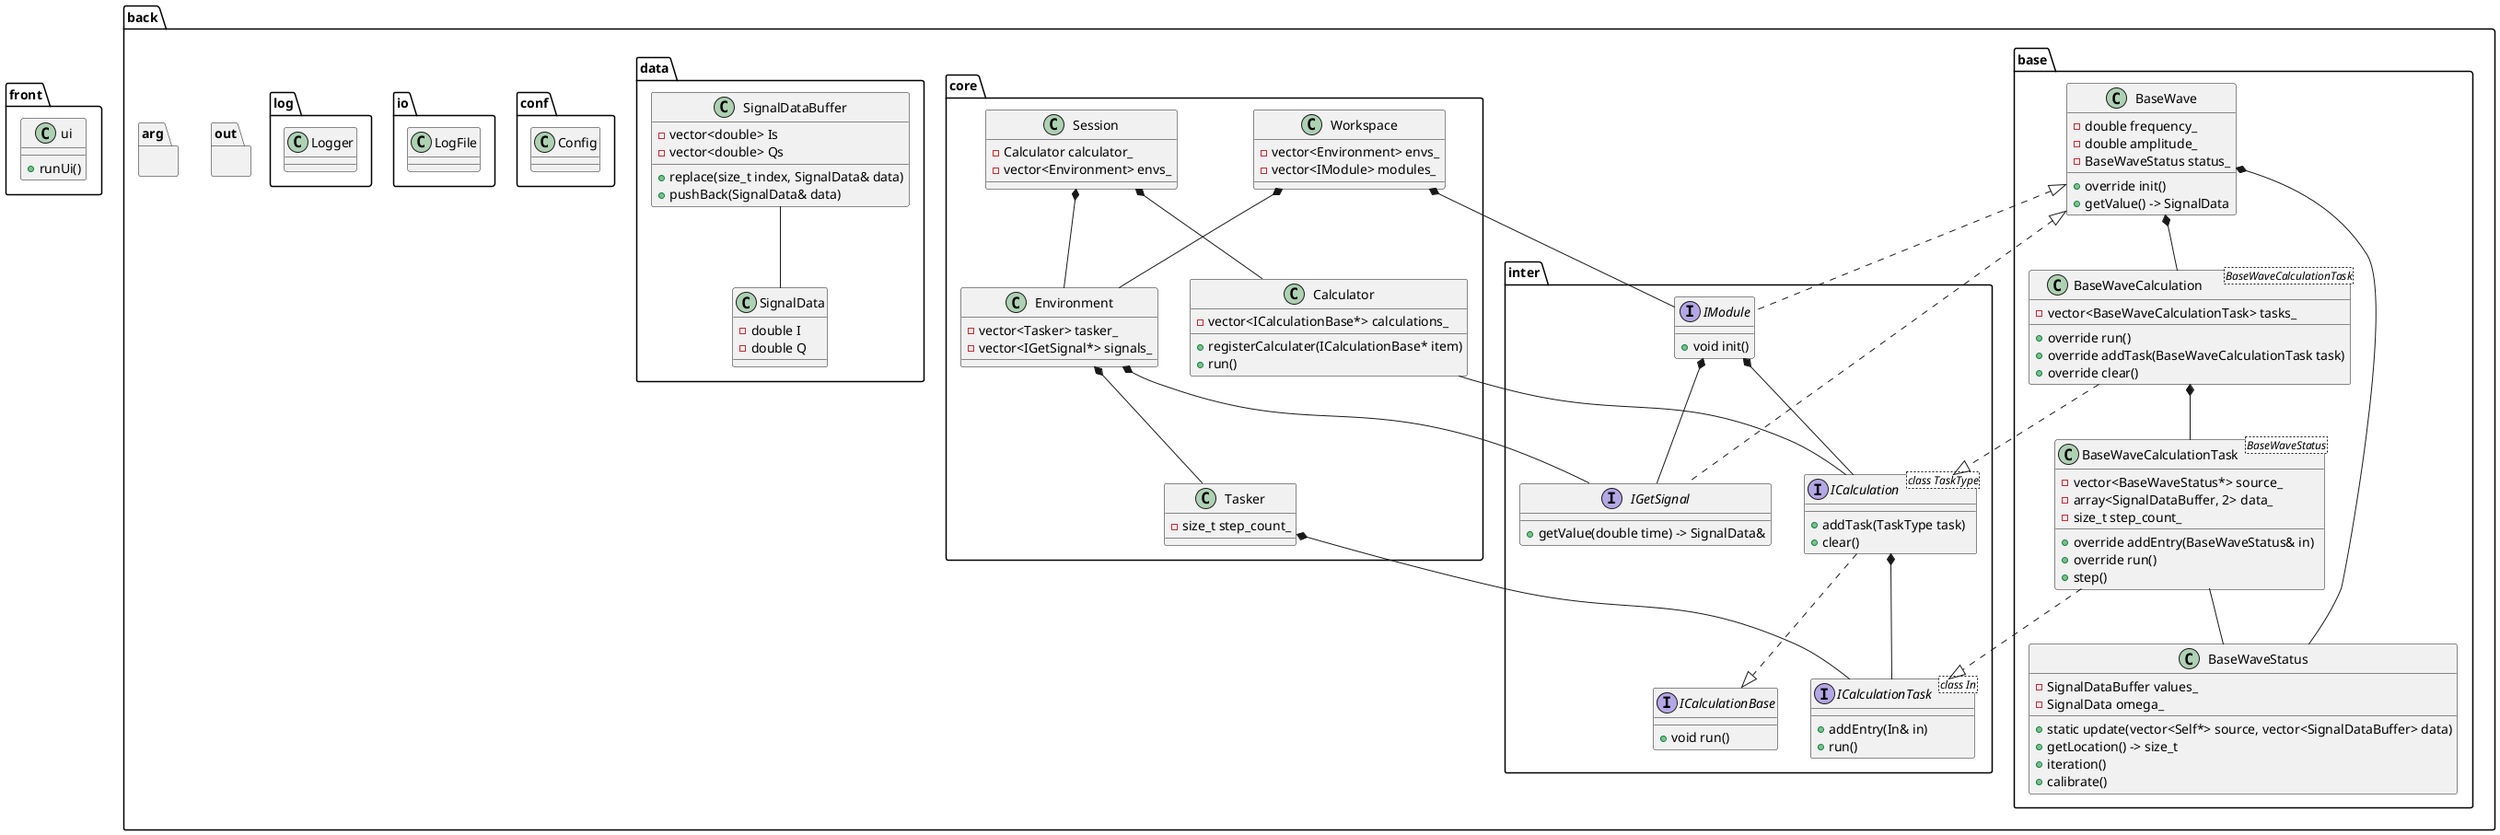
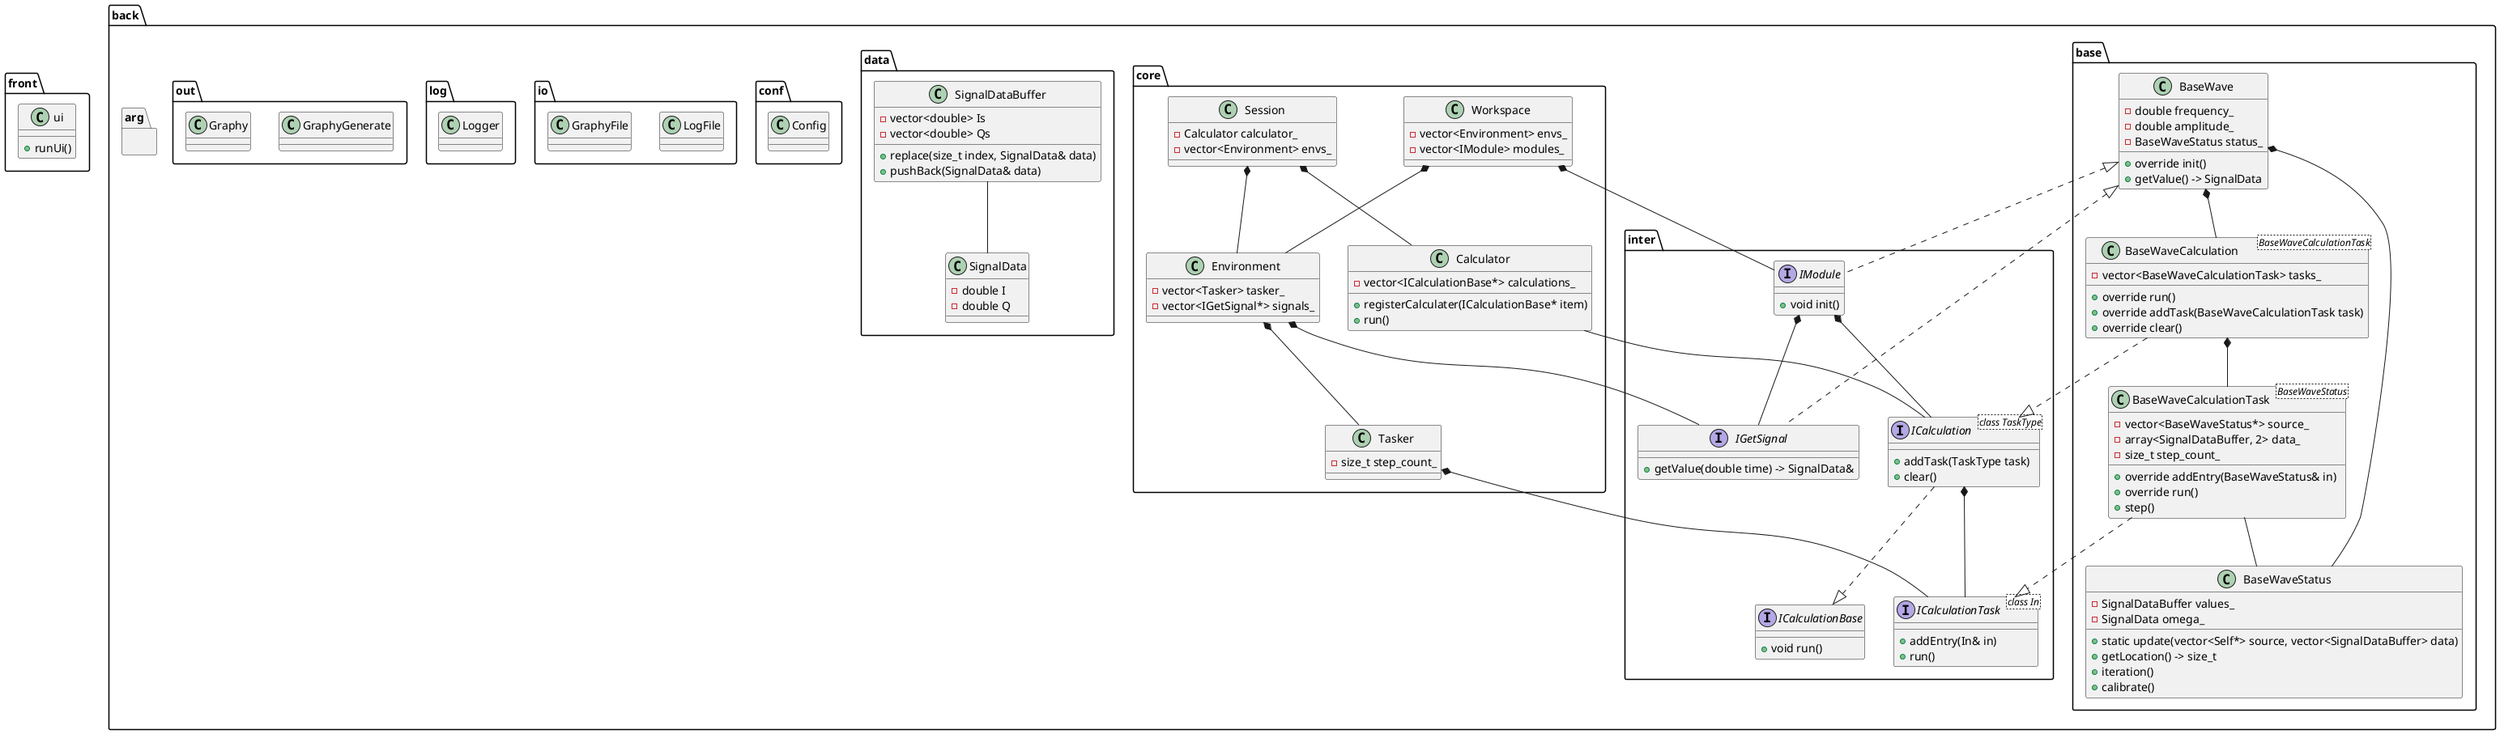
@startuml mainframe

package front {
    class ui {
        + runUi()
    }
}

package back {
    package inter {
        interface IModule {
            + void init()
        }

        interface IGetSignal {
            + getValue(double time) -> SignalData&
        }
        IModule *-- IGetSignal

        interface ICalculationBase {
            + void run()
        }

        interface ICalculation<class TaskType> {
            + addTask(TaskType task)
            + clear()
        }
        ICalculation ..|> ICalculationBase
        IModule *-- ICalculation

        interface ICalculationTask<class In> {
            + addEntry(In& in)
            + run()
        }
        ICalculation *-- ICalculationTask
    }

    package base {
        class BaseWave {
            - double frequency_
            - double amplitude_
            - BaseWaveStatus status_
            + override init()
            + getValue() -> SignalData
        }
        BaseWave <|.. IModule
        BaseWave <|.. IGetSignal

        class BaseWaveStatus {
            - SignalDataBuffer values_
            - SignalData omega_
            + static update(vector<Self*> source, vector<SignalDataBuffer> data)
            + getLocation() -> size_t
            + iteration()
            + calibrate()
        }
        BaseWave *-- BaseWaveStatus

        class BaseWaveCalculation<BaseWaveCalculationTask> {
            - vector<BaseWaveCalculationTask> tasks_
            + override run()
            + override addTask(BaseWaveCalculationTask task)
            + override clear()
        }
        BaseWave *-- BaseWaveCalculation
        BaseWaveCalculation ..|> ICalculation

        class BaseWaveCalculationTask<BaseWaveStatus> {
            - vector<BaseWaveStatus*> source_
            - array<SignalDataBuffer, 2> data_
            - size_t step_count_
            + override addEntry(BaseWaveStatus& in)
            + override run()
            + step()
        }
        BaseWaveCalculationTask ..|> ICalculationTask
        BaseWaveCalculation *-- BaseWaveCalculationTask
        BaseWaveCalculationTask -- BaseWaveStatus
    }

    package core {
        class Calculator {
            - vector<ICalculationBase*> calculations_
            + registerCalculater(ICalculationBase* item)
            + run()
        }
        Calculator -- ICalculation

        class Tasker {
            - size_t step_count_
        }
        Tasker *-- ICalculationTask

        class Environment {
            - vector<Tasker> tasker_
            - vector<IGetSignal*> signals_
        }
        Environment *-- Tasker
        Environment *-- IGetSignal

        class Workspace {
            - vector<Environment> envs_
            - vector<IModule> modules_
        }
        Workspace *-- Environment
        Workspace *-- IModule

        class Session {
            - Calculator calculator_
            - vector<Environment> envs_
        }
        Session *-- Environment
        Session *-- Calculator
    }

    package data {
        class SignalData {
            - double I
            - double Q
        }

        class SignalDataBuffer {
            - vector<double> Is
            - vector<double> Qs
            + replace(size_t index, SignalData& data)
            + pushBack(SignalData& data)
        }
        SignalDataBuffer -- SignalData
    }

    package conf {
        class Config {}
    }

    package io {
        class LogFile
+         class GraphyFile
    }
    package log {
        class Logger
    }
-     package out {}
+     package out {
+         class GraphyGenerate
+         class Graphy
+     }
    package arg {}
}

@enduml